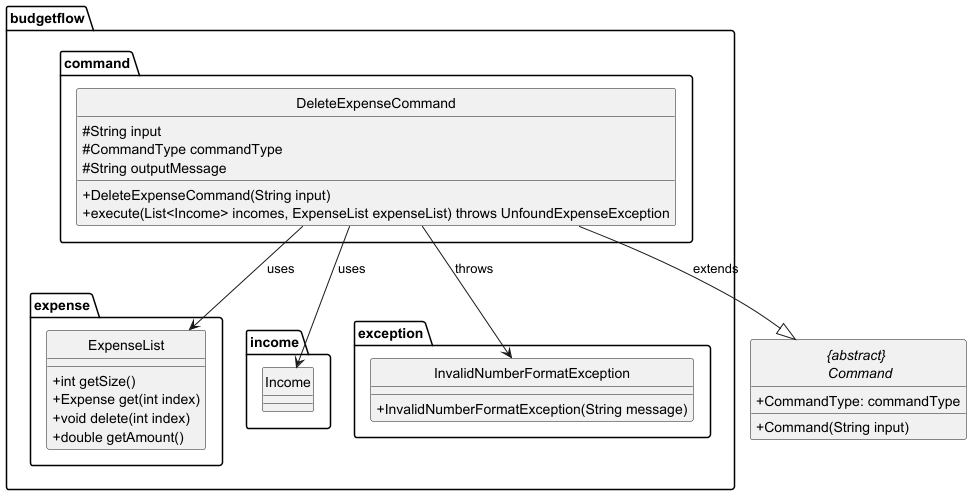
Earlier version of the PlantUML export docs/diagrams/DeleteExpenseCommandClass.png (thienkimtranhoang/tp).
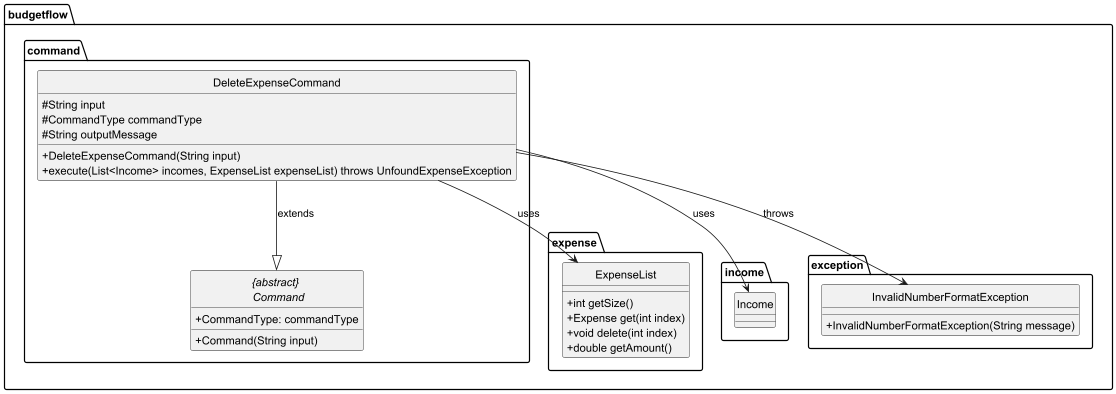
The same file after the commit.

What changed in the source:
```diff
@@ -10,6 +10,10 @@
         # String outputMessage
         + DeleteExpenseCommand(String input)
         + execute(List<Income> incomes, ExpenseList expenseList) throws UnfoundExpenseException
+    }
+    abstract class "{abstract} \n Command" {
+        + CommandType: commandType
+        + Command(String input)
     }
 }
 
@@ -31,11 +35,6 @@
     + InvalidNumberFormatException(String message)
 }
 
-abstract class "{abstract} \n Command" {
-    + CommandType: commandType
-    + Command(String input)
-}
-
 
 DeleteExpenseCommand --|> "{abstract} \n Command" : extends
 DeleteExpenseCommand --> ExpenseList : uses
```
